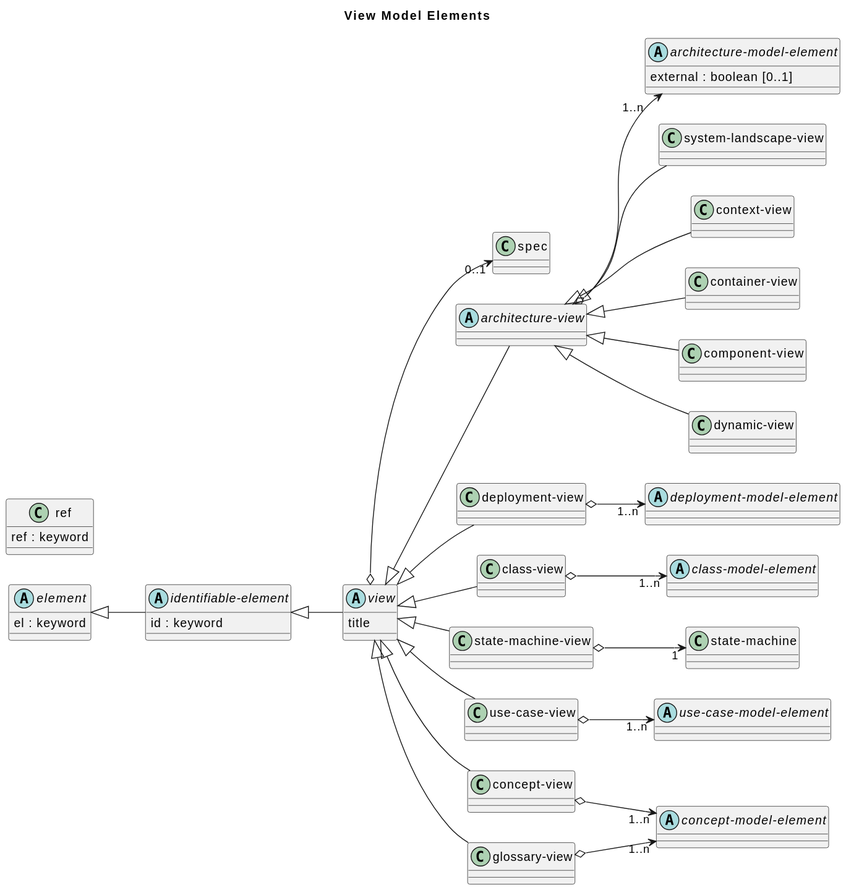
This is doc/images/overarch/data-model/view-model-elements.svg from soulspace-org/overarch, a PlantUML export, as it was before one commit. Its diagram source:
```plantuml
@startuml
left to right direction



title View Model Elements
abstract class "element" as overarch_dataModel_element {
  el : keyword
}
abstract class "identifiable-element" as overarch_dataModel_identifiableElement {
  id : keyword
}
abstract class "architecture-model-element" as overarch_dataModel_architectureModelElement {
  external : boolean [0..1]
}
abstract class "deployment-model-element" as overarch_dataModel_deploymentModelElement {}
abstract class "class-model-element" as overarch_dataModel_classModelElement {}
abstract class "use-case-model-element" as overarch_dataModel_useCaseModelElement {}
class "state-machine" as overarch_dataModel_stateMachine {}
abstract class "concept-model-element" as overarch_dataModel_conceptModelElement {}
class "ref" as overarch_dataModel_ref {
  ref : keyword
}
abstract class "view" as overarch_dataModel_view {
  title
}
class "spec" as overarch_dataModel_renderingSpec {}
abstract class "architecture-view" as overarch_dataModel_architectureView {}
class "system-landscape-view" as overarch_dataModel_systemLandscapeView {}
class "context-view" as overarch_dataModel_contextView {}
class "container-view" as overarch_dataModel_containerView {}
class "component-view" as overarch_dataModel_componentView {}
class "deployment-view" as overarch_dataModel_deploymentView {}
class "dynamic-view" as overarch_dataModel_dynamicView {}
class "class-view" as overarch_dataModel_classView {}
class "state-machine-view" as overarch_dataModel_stateMachineView {}
class "use-case-view" as overarch_dataModel_useCaseView {}
class "concept-view" as overarch_dataModel_conceptView {}
class "glossary-view" as overarch_dataModel_glossaryView {}
overarch_dataModel_element <|-- overarch_dataModel_identifiableElement
overarch_dataModel_identifiableElement <|-- overarch_dataModel_view
overarch_dataModel_view o-->  "0..1" overarch_dataModel_renderingSpec
overarch_dataModel_view <|-- overarch_dataModel_architectureView
overarch_dataModel_architectureView o-->  "1..n" overarch_dataModel_architectureModelElement
overarch_dataModel_architectureView <|-- overarch_dataModel_systemLandscapeView
overarch_dataModel_architectureView <|-- overarch_dataModel_contextView
overarch_dataModel_architectureView <|-- overarch_dataModel_containerView
overarch_dataModel_architectureView <|-- overarch_dataModel_componentView
overarch_dataModel_architectureView <|-- overarch_dataModel_dynamicView
overarch_dataModel_view <|-- overarch_dataModel_deploymentView
overarch_dataModel_deploymentView o-->  "1..n" overarch_dataModel_deploymentModelElement
overarch_dataModel_view <|-- overarch_dataModel_classView
overarch_dataModel_classView o-->  "1..n" overarch_dataModel_classModelElement
overarch_dataModel_view <|-- overarch_dataModel_stateMachineView
overarch_dataModel_stateMachineView o-->  "1" overarch_dataModel_stateMachine
overarch_dataModel_view <|-- overarch_dataModel_useCaseView
overarch_dataModel_useCaseView o-->  "1..n" overarch_dataModel_useCaseModelElement
overarch_dataModel_view <|-- overarch_dataModel_conceptView
overarch_dataModel_conceptView o-->  "1..n" overarch_dataModel_conceptModelElement
overarch_dataModel_view <|-- overarch_dataModel_glossaryView
overarch_dataModel_glossaryView o-->  "1..n" overarch_dataModel_conceptModelElement
@enduml
```
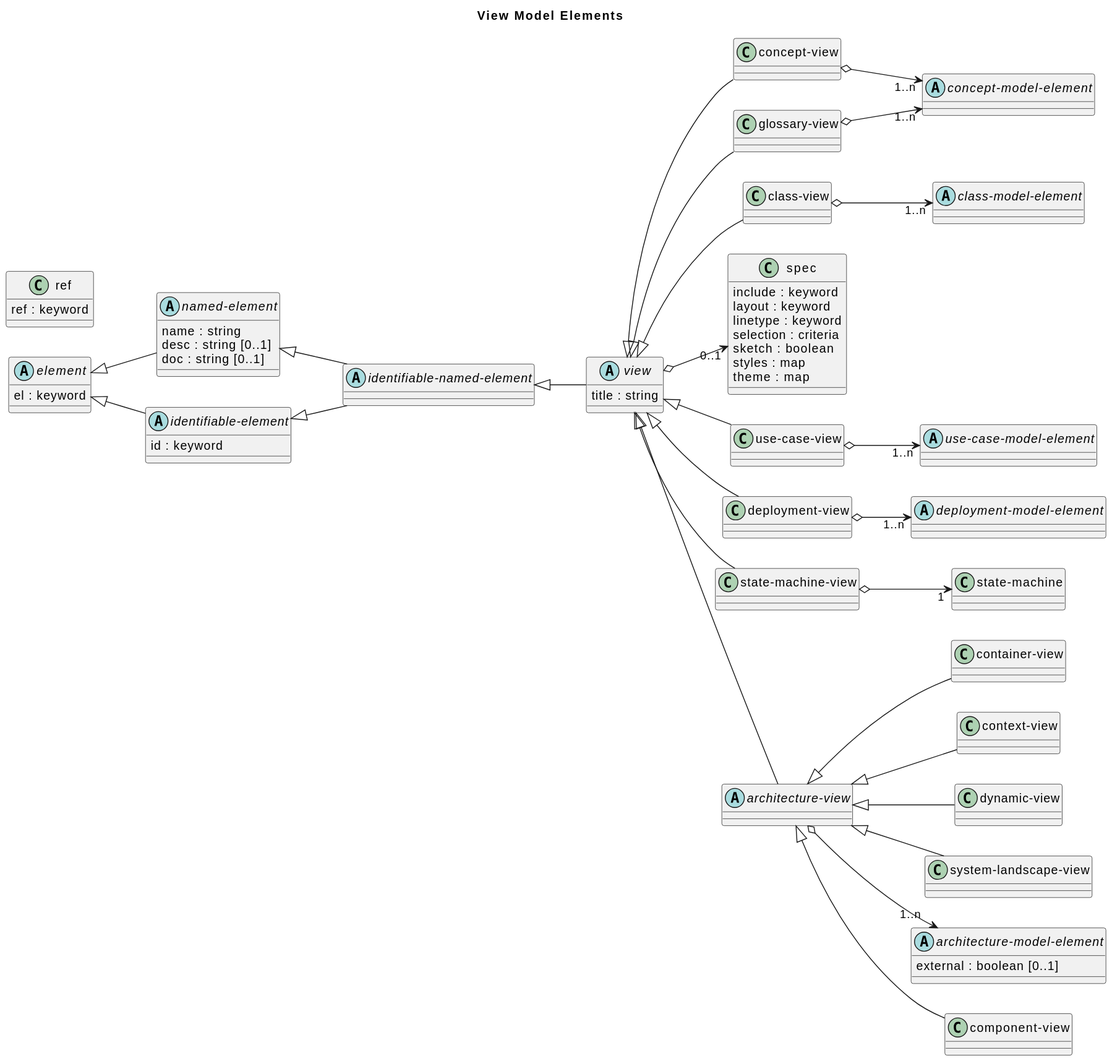
Above is the later version.

Commit message:
updated data model and diagrams

Diff of the diagram source:
```diff
@@ -2,43 +2,60 @@
 left to right direction
 
 
+title View Model Elements
 
-title View Model Elements
+class "concept-view" as overarch_dataModel_conceptView {}
+class "state-machine" as overarch_dataModel_stateMachine {}
+abstract class "identifiable-named-element" as overarch_dataModel_identifiableNamedElement {}
+abstract class "concept-model-element" as overarch_dataModel_conceptModelElement {}
+class "class-view" as overarch_dataModel_classView {}
 abstract class "element" as overarch_dataModel_element {
   el : keyword
 }
+class "glossary-view" as overarch_dataModel_glossaryView {}
+class "container-view" as overarch_dataModel_containerView {}
+class "spec" as overarch_dataModel_renderingSpec {
+  include : keyword
+  layout : keyword
+  linetype : keyword
+  selection : criteria
+  sketch : boolean
+  styles : map
+  theme : map
+}
+class "context-view" as overarch_dataModel_contextView {}
+class "dynamic-view" as overarch_dataModel_dynamicView {}
+class "use-case-view" as overarch_dataModel_useCaseView {}
+abstract class "named-element" as overarch_dataModel_namedElement {
+  name : string
+  desc : string [0..1]
+  doc : string [0..1]
+}
+class "deployment-view" as overarch_dataModel_deploymentView {}
+abstract class "view" as overarch_dataModel_view {
+  title : string
+}
+abstract class "class-model-element" as overarch_dataModel_classModelElement {}
+class "system-landscape-view" as overarch_dataModel_systemLandscapeView {}
+class "state-machine-view" as overarch_dataModel_stateMachineView {}
 abstract class "identifiable-element" as overarch_dataModel_identifiableElement {
   id : keyword
 }
 abstract class "architecture-model-element" as overarch_dataModel_architectureModelElement {
   external : boolean [0..1]
 }
-abstract class "deployment-model-element" as overarch_dataModel_deploymentModelElement {}
-abstract class "class-model-element" as overarch_dataModel_classModelElement {}
+abstract class "architecture-view" as overarch_dataModel_architectureView {}
 abstract class "use-case-model-element" as overarch_dataModel_useCaseModelElement {}
-class "state-machine" as overarch_dataModel_stateMachine {}
-abstract class "concept-model-element" as overarch_dataModel_conceptModelElement {}
+class "component-view" as overarch_dataModel_componentView {}
 class "ref" as overarch_dataModel_ref {
   ref : keyword
 }
-abstract class "view" as overarch_dataModel_view {
-  title
-}
-class "spec" as overarch_dataModel_renderingSpec {}
-abstract class "architecture-view" as overarch_dataModel_architectureView {}
-class "system-landscape-view" as overarch_dataModel_systemLandscapeView {}
-class "context-view" as overarch_dataModel_contextView {}
-class "container-view" as overarch_dataModel_containerView {}
-class "component-view" as overarch_dataModel_componentView {}
-class "deployment-view" as overarch_dataModel_deploymentView {}
-class "dynamic-view" as overarch_dataModel_dynamicView {}
-class "class-view" as overarch_dataModel_classView {}
-class "state-machine-view" as overarch_dataModel_stateMachineView {}
-class "use-case-view" as overarch_dataModel_useCaseView {}
-class "concept-view" as overarch_dataModel_conceptView {}
-class "glossary-view" as overarch_dataModel_glossaryView {}
+abstract class "deployment-model-element" as overarch_dataModel_deploymentModelElement {}
 overarch_dataModel_element <|-- overarch_dataModel_identifiableElement
-overarch_dataModel_identifiableElement <|-- overarch_dataModel_view
+overarch_dataModel_element <|-- overarch_dataModel_namedElement
+overarch_dataModel_identifiableElement <|-- overarch_dataModel_identifiableNamedElement
+overarch_dataModel_namedElement <|-- overarch_dataModel_identifiableNamedElement
+overarch_dataModel_identifiableNamedElement <|-- overarch_dataModel_view
 overarch_dataModel_view o-->  "0..1" overarch_dataModel_renderingSpec
 overarch_dataModel_view <|-- overarch_dataModel_architectureView
 overarch_dataModel_architectureView o-->  "1..n" overarch_dataModel_architectureModelElement
```
